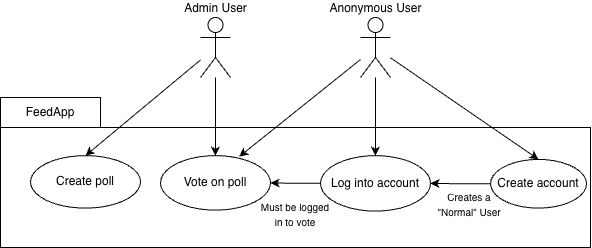
The draw.io diagram figs/Final_Use_cases.png in PhilippStahlbergGit/dat250_project_pollApp, before a commit. Source tidied: cells renumbered, new cells last; positions are measured from the earlier drawing's top-left corner, leaving out a move shared by most shapes. The source it was exported from:
```xml
<mxGraphModel>
  <root>
    <mxCell id="0" />
    <mxCell id="1" parent="0" />
    <mxCell id="2" style="rounded=0;whiteSpace=wrap;html=1;" parent="1" vertex="1">
      <mxGeometry y="110" width="590" height="120" as="geometry" />
    </mxCell>
    <mxCell id="3" style="rounded=0;jettySize=auto;html=1;entryX=0.5;entryY=0;entryDx=0;entryDy=0;" parent="1" edge="1" source="4" target="12">
      <mxGeometry relative="1" as="geometry" />
    </mxCell>
    <mxCell id="4" value="Anonymous User" style="shape=umlActor;verticalLabelPosition=top;verticalAlign=bottom;html=1;outlineConnect=0;labelPosition=center;align=center;" parent="1" vertex="1">
      <mxGeometry x="360" width="30" height="60" as="geometry" />
    </mxCell>
    <mxCell id="5" value="&lt;div&gt;Admin User&lt;/div&gt;" style="shape=umlActor;verticalLabelPosition=top;verticalAlign=bottom;html=1;outlineConnect=0;gradientColor=none;labelPosition=center;align=center;" parent="1" vertex="1">
      <mxGeometry x="200" width="30" height="60" as="geometry" />
    </mxCell>
    <mxCell id="6" value="FeedApp" style="html=1;whiteSpace=wrap;" parent="1" vertex="1">
      <mxGeometry y="80" width="100" height="30" as="geometry" />
    </mxCell>
    <mxCell id="7" value="Create poll" style="ellipse;whiteSpace=wrap;html=1;" parent="1" vertex="1">
      <mxGeometry x="30" y="138.1" width="110" height="52.5" as="geometry" />
    </mxCell>
    <mxCell id="8" value="Vote on poll" style="ellipse;whiteSpace=wrap;html=1;" parent="1" vertex="1">
      <mxGeometry x="160" y="138.1" width="110" height="54.5" as="geometry" />
    </mxCell>
    <mxCell id="9" style="edgeStyle=orthogonalEdgeStyle;rounded=0;jettySize=auto;html=1;entryX=1;entryY=0.5;entryDx=0;entryDy=0;" parent="1" edge="1" source="10" target="12">
      <mxGeometry relative="1" as="geometry" />
    </mxCell>
    <mxCell id="10" value="Create account" style="ellipse;whiteSpace=wrap;html=1;" parent="1" vertex="1">
      <mxGeometry x="490" y="141.9" width="96" height="48.8" as="geometry" />
    </mxCell>
    <mxCell id="11" style="edgeStyle=orthogonalEdgeStyle;rounded=0;jettySize=auto;html=1;entryX=1;entryY=0.5;entryDx=0;entryDy=0;" parent="1" edge="1" source="12" target="8">
      <mxGeometry relative="1" as="geometry" />
    </mxCell>
    <mxCell id="12" value="Log into account" style="ellipse;whiteSpace=wrap;html=1;" parent="1" vertex="1">
      <mxGeometry x="320" y="138.1" width="110" height="55.5" as="geometry" />
    </mxCell>
    <mxCell id="13" style="rounded=0;jettySize=auto;html=1;entryX=0.5;entryY=0;entryDx=0;entryDy=0;" parent="1" edge="1" source="5" target="7">
      <mxGeometry relative="1" as="geometry" />
    </mxCell>
    <mxCell id="14" style="rounded=0;jettySize=auto;html=1;entryX=0.5;entryY=0;entryDx=0;entryDy=0;" parent="1" edge="1" source="4" target="10">
      <mxGeometry relative="1" as="geometry" />
    </mxCell>
    <mxCell id="15" style="rounded=0;jettySize=auto;html=1;entryX=0.716;entryY=0.018;entryDx=0;entryDy=0;entryPerimeter=0;" parent="1" edge="1" source="4" target="8">
      <mxGeometry relative="1" as="geometry" />
    </mxCell>
    <mxCell id="16" value="&lt;font style=&quot;font-size: 10px;&quot;&gt;Must be logged in to vote&lt;/font&gt;" style="text;html=1;whiteSpace=wrap;strokeColor=none;fillColor=none;align=center;verticalAlign=middle;rounded=0;" parent="1" vertex="1">
      <mxGeometry x="256.2" y="180" width="77.5" height="33" as="geometry" />
    </mxCell>
    <mxCell id="17" value="&lt;font style=&quot;font-size: 10px;&quot;&gt;Creates a &quot;Normal&quot; User&lt;/font&gt;" style="text;html=1;whiteSpace=wrap;strokeColor=none;fillColor=none;align=center;verticalAlign=middle;rounded=0;" parent="1" vertex="1">
      <mxGeometry x="430" y="170" width="77.5" height="33" as="geometry" />
    </mxCell>
    <mxCell id="18" style="rounded=0;jettySize=auto;html=1;entryX=0.5;entryY=0;entryDx=0;entryDy=0;" parent="1" edge="1" source="5" target="8">
      <mxGeometry relative="1" as="geometry" />
    </mxCell>
  </root>
</mxGraphModel>
```
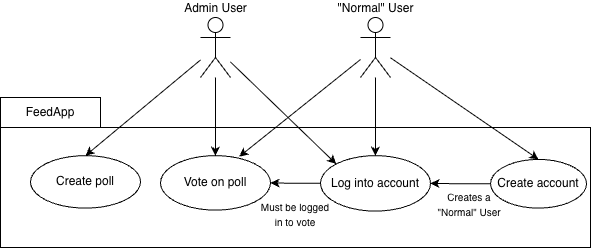
Later version of the same file.

Commit message:
final_use_case

The edit, as a diff of the source:
```diff
@@ -8,9 +8,12 @@
     <mxCell id="3" style="rounded=0;jettySize=auto;html=1;entryX=0.5;entryY=0;entryDx=0;entryDy=0;" parent="1" edge="1" source="4" target="12">
       <mxGeometry relative="1" as="geometry" />
     </mxCell>
-    <mxCell id="4" value="Anonymous User" style="shape=umlActor;verticalLabelPosition=top;verticalAlign=bottom;html=1;outlineConnect=0;labelPosition=center;align=center;" parent="1" vertex="1">
+    <mxCell id="4" value="&quot;Normal&quot; User" style="shape=umlActor;verticalLabelPosition=top;verticalAlign=bottom;html=1;outlineConnect=0;labelPosition=center;align=center;" parent="1" vertex="1">
       <mxGeometry x="360" width="30" height="60" as="geometry" />
     </mxCell>
+    <mxCell id="19" style="rounded=0;jettySize=auto;html=1;entryX=0;entryY=0;entryDx=0;entryDy=0;" parent="1" edge="1" source="5" target="12">
+      <mxGeometry relative="1" as="geometry" />
+    </mxCell>
     <mxCell id="5" value="&lt;div&gt;Admin User&lt;/div&gt;" style="shape=umlActor;verticalLabelPosition=top;verticalAlign=bottom;html=1;outlineConnect=0;gradientColor=none;labelPosition=center;align=center;" parent="1" vertex="1">
       <mxGeometry x="200" width="30" height="60" as="geometry" />
     </mxCell>
```
